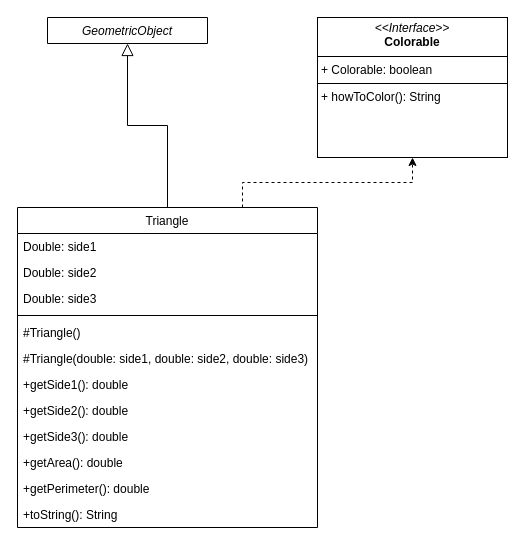
Earlier version of the draw.io diagram Chapter_13/ImplementingInterfacesFundamental.drawio (ProfCorn/CSCI_1113_OOP_Coursework). Source tidied: cells renumbered, new cells numbered last; positions are measured from the earlier drawing's top-left corner, leaving out a move shared by most shapes. Both pictures are drawn from the tidied source at 100%, with x=0, y=0 at pixel (17, 17).
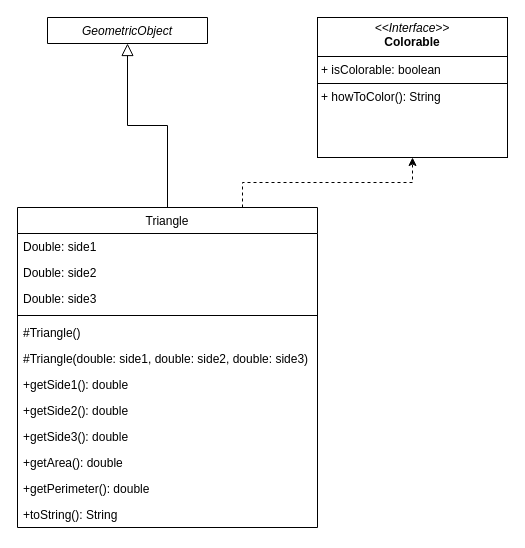
After the change.

The edit, as a diff of the source:
```diff
@@
 <mxGraphModel>
   <root>
     <mxCell id="0" />
     <mxCell id="1" parent="0" />
     <mxCell id="2" value="GeometricObject" style="swimlane;fontStyle=2;align=center;verticalAlign=top;horizontal=1;startSize=26;rounded=0;shadow=0;strokeWidth=1;" parent="1" vertex="1" collapsed="1">
       <mxGeometry x="30" width="160" height="26" as="geometry" />
     </mxCell>
     <mxCell id="3" style="edgeStyle=orthogonalEdgeStyle;rounded=0;jettySize=auto;html=1;exitX=0.75;exitY=0;exitDx=0;exitDy=0;dashed=1;entryX=0.5;entryY=1;entryDx=0;entryDy=0;" parent="1" edge="1" source="4" target="18">
       <mxGeometry relative="1" as="geometry" />
     </mxCell>
     <mxCell id="4" value="Triangle" style="swimlane;fontStyle=0;align=center;verticalAlign=top;horizontal=1;startSize=26;rounded=0;shadow=0;strokeWidth=1;" parent="1" vertex="1">
       <mxGeometry y="190" width="300" height="320" as="geometry" />
     </mxCell>
     <mxCell id="5" value="Double: side1" style="text;align=left;verticalAlign=top;spacingLeft=4;spacingRight=4;overflow=hidden;" parent="4" vertex="1">
       <mxGeometry y="26" width="300" height="26" as="geometry" />
     </mxCell>
     <mxCell id="6" value="Double: side2" style="text;align=left;verticalAlign=top;spacingLeft=4;spacingRight=4;overflow=hidden;rounded=0;shadow=0;html=0;" parent="4" vertex="1">
       <mxGeometry y="52" width="300" height="26" as="geometry" />
     </mxCell>
     <mxCell id="7" value="Double: side3" style="text;align=left;verticalAlign=top;spacingLeft=4;spacingRight=4;overflow=hidden;rounded=0;shadow=0;html=0;" parent="4" vertex="1">
       <mxGeometry y="78" width="300" height="26" as="geometry" />
     </mxCell>
     <mxCell id="8" style="line;html=1;strokeWidth=1;align=left;verticalAlign=middle;spacingTop=-1;spacingLeft=3;spacingRight=3;labelPosition=right;" parent="4" vertex="1">
       <mxGeometry y="104" width="300" height="8" as="geometry" />
     </mxCell>
     <mxCell id="9" value="#Triangle()" style="text;align=left;verticalAlign=top;spacingLeft=4;spacingRight=4;overflow=hidden;fontStyle=0;" parent="4" vertex="1">
       <mxGeometry y="112" width="300" height="26" as="geometry" />
     </mxCell>
     <mxCell id="10" value="#Triangle(double: side1, double: side2, double: side3)" style="text;align=left;verticalAlign=top;spacingLeft=4;spacingRight=4;overflow=hidden;fontStyle=0;" parent="4" vertex="1">
       <mxGeometry y="138" width="300" height="26" as="geometry" />
     </mxCell>
     <mxCell id="11" value="+getSide1(): double" style="text;align=left;verticalAlign=top;spacingLeft=4;spacingRight=4;overflow=hidden;fontStyle=0;" parent="4" vertex="1">
       <mxGeometry y="164" width="300" height="26" as="geometry" />
     </mxCell>
     <mxCell id="12" value="+getSide2(): double" style="text;align=left;verticalAlign=top;spacingLeft=4;spacingRight=4;overflow=hidden;fontStyle=0;" parent="4" vertex="1">
       <mxGeometry y="190" width="300" height="26" as="geometry" />
     </mxCell>
     <mxCell id="13" value="+getSide3(): double" style="text;align=left;verticalAlign=top;spacingLeft=4;spacingRight=4;overflow=hidden;fontStyle=0;" parent="4" vertex="1">
       <mxGeometry y="216" width="300" height="26" as="geometry" />
     </mxCell>
     <mxCell id="14" value="+getArea(): double" style="text;align=left;verticalAlign=top;spacingLeft=4;spacingRight=4;overflow=hidden;fontStyle=0;" parent="4" vertex="1">
       <mxGeometry y="242" width="300" height="26" as="geometry" />
     </mxCell>
     <mxCell id="15" value="+getPerimeter(): double" style="text;align=left;verticalAlign=top;spacingLeft=4;spacingRight=4;overflow=hidden;fontStyle=0;" parent="4" vertex="1">
       <mxGeometry y="268" width="300" height="26" as="geometry" />
     </mxCell>
     <mxCell id="16" value="+toString(): String" style="text;align=left;verticalAlign=top;spacingLeft=4;spacingRight=4;overflow=hidden;" parent="4" vertex="1">
       <mxGeometry y="294" width="300" height="26" as="geometry" />
     </mxCell>
     <mxCell id="17" style="endArrow=block;endSize=10;endFill=0;shadow=0;strokeWidth=1;rounded=0;curved=0;edgeStyle=elbowEdgeStyle;elbow=vertical;" parent="1" edge="1" source="4" target="2">
       <mxGeometry relative="1" as="geometry" />
     </mxCell>
-    <mxCell id="18" value="&lt;p style=&quot;margin:0px;margin-top:4px;text-align:center;&quot;&gt;&lt;i&gt;&amp;lt;&amp;lt;Interface&amp;gt;&amp;gt;&lt;/i&gt;&lt;br&gt;&lt;b&gt;Colorable&lt;/b&gt;&lt;/p&gt;&lt;hr size=&quot;1&quot; style=&quot;border-style:solid;&quot;&gt;&lt;p style=&quot;margin:0px;margin-left:4px;&quot;&gt;+ Colorable: boolean&lt;br&gt;&lt;/p&gt;&lt;hr size=&quot;1&quot; style=&quot;border-style:solid;&quot;&gt;&lt;p style=&quot;margin:0px;margin-left:4px;&quot;&gt;+ howToColor(): String&lt;/p&gt;" style="verticalAlign=top;align=left;overflow=fill;html=1;whiteSpace=wrap;" parent="1" vertex="1">
+    <mxCell id="18" value="&lt;p style=&quot;margin:0px;margin-top:4px;text-align:center;&quot;&gt;&lt;i&gt;&amp;lt;&amp;lt;Interface&amp;gt;&amp;gt;&lt;/i&gt;&lt;br&gt;&lt;b&gt;Colorable&lt;/b&gt;&lt;/p&gt;&lt;hr size=&quot;1&quot; style=&quot;border-style:solid;&quot;&gt;&lt;p style=&quot;margin:0px;margin-left:4px;&quot;&gt;+ isColorable: boolean&lt;br&gt;&lt;/p&gt;&lt;hr size=&quot;1&quot; style=&quot;border-style:solid;&quot;&gt;&lt;p style=&quot;margin:0px;margin-left:4px;&quot;&gt;+ howToColor(): String&lt;/p&gt;" style="verticalAlign=top;align=left;overflow=fill;html=1;whiteSpace=wrap;" parent="1" vertex="1">
       <mxGeometry x="300" width="190" height="140" as="geometry" />
     </mxCell>
   </root>
 </mxGraphModel>
```
